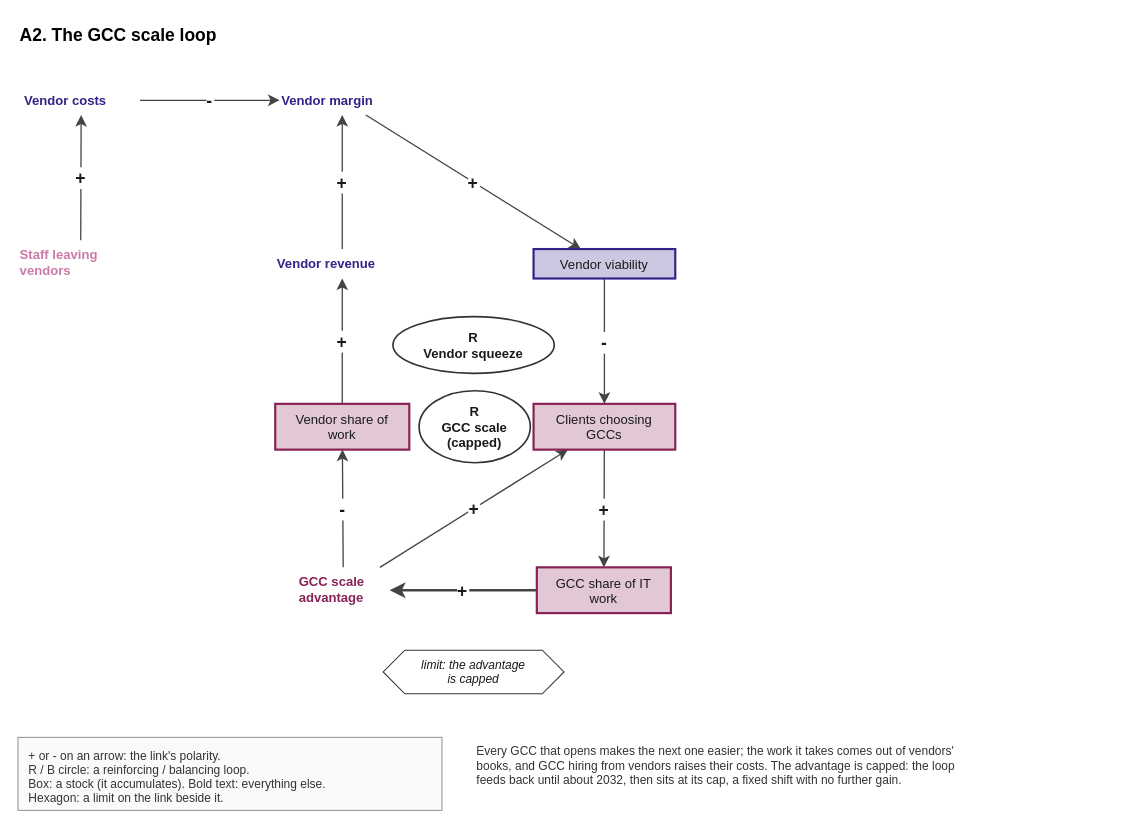
This is docs/model/diagrams/article-a2.drawio from stravoris-tech/ai-it-labour-sim, a draw.io file, before an edit. Source tidied: cells renumbered, new cells numbered last; positions are measured from the earlier drawing's top-left corner, leaving out a move shared by most shapes. Both pictures are drawn from the tidied source at 109%, with x=0, y=0 at pixel (17, 17).
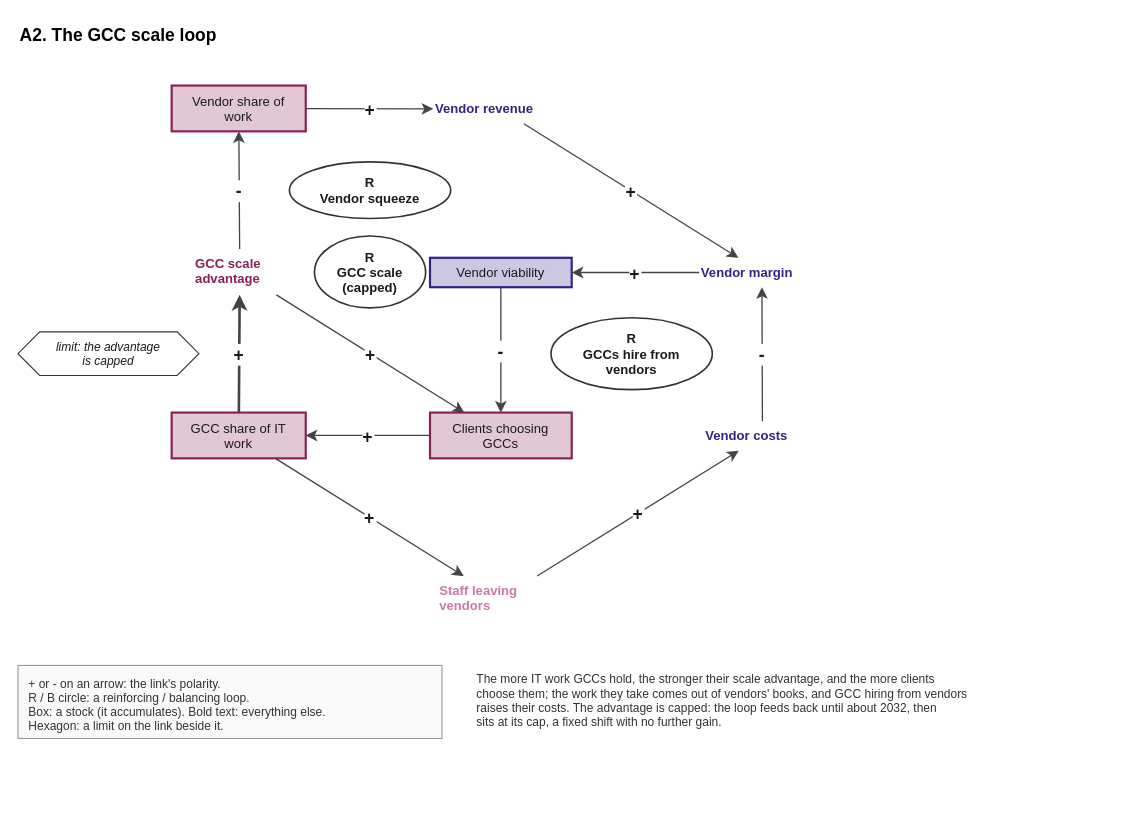
Above is the later version.

What changed in the source:
```diff
@@
+    <mxCell id="27" value="+" style="html=0;endArrow=classic;endSize=7;rounded=0;strokeColor=#444444;strokeWidth=1.2;fontFamily=Helvetica;fontSize=16;fontStyle=1;fontColor=#1A1A1A;labelBackgroundColor=#FFFFFF;" parent="1" edge="1" source="15" target="16">
+      <mxGeometry relative="1" as="geometry" />
+    </mxCell>
@@
     <mxCell id="12" value="Clients choosing&#10;GCCs" style="html=0;fontFamily=Helvetica;fontSize=12;rounded=0;fillColor=#E1C8D4;strokeColor=#882255;strokeWidth=2;fontColor=#1A1A1A;" parent="1" vertex="1">
-      <mxGeometry x="473" y="354" width="130" height="42" as="geometry" />
+      <mxGeometry x="378" y="362" width="130" height="42" as="geometry" />
     </mxCell>
     <mxCell id="13" value="Vendor costs" style="html=0;fontFamily=Helvetica;fontSize=12;text;strokeColor=none;fillColor=none;fontStyle=1;fontColor=#332288;" parent="1" vertex="1">
-      <mxGeometry x="4" y="62" width="108" height="27" as="geometry" />
+      <mxGeometry x="629" y="370" width="108" height="27" as="geometry" />
     </mxCell>
     <mxCell id="14" value="GCC scale&#10;advantage" style="html=0;fontFamily=Helvetica;fontSize=12;text;strokeColor=none;fillColor=none;fontStyle=1;fontColor=#882255;" parent="1" vertex="1">
-      <mxGeometry x="256" y="504" width="85" height="42" as="geometry" />
+      <mxGeometry x="161" y="212" width="85" height="42" as="geometry" />
     </mxCell>
     <mxCell id="15" value="GCC share of IT&#10;work" style="html=0;fontFamily=Helvetica;fontSize=12;rounded=0;fillColor=#E1C8D4;strokeColor=#882255;strokeWidth=2;fontColor=#1A1A1A;" parent="1" vertex="1">
-      <mxGeometry x="476" y="504" width="123" height="42" as="geometry" />
+      <mxGeometry x="141" y="362" width="123" height="42" as="geometry" />
     </mxCell>
     <mxCell id="16" value="Staff leaving&#10;vendors" style="html=0;fontFamily=Helvetica;fontSize=12;text;strokeColor=none;fillColor=none;fontStyle=1;fontColor=#CC79A7;" parent="1" vertex="1">
-      <mxGeometry y="204" width="115" height="42" as="geometry" />
+      <mxGeometry x="385" y="512" width="115" height="42" as="geometry" />
     </mxCell>
     <mxCell id="17" value="Vendor margin" style="html=0;fontFamily=Helvetica;fontSize=12;text;strokeColor=none;fillColor=none;fontStyle=1;fontColor=#332288;" parent="1" vertex="1">
-      <mxGeometry x="240" y="62" width="115" height="27" as="geometry" />
+      <mxGeometry x="625" y="220" width="115" height="27" as="geometry" />
     </mxCell>
     <mxCell id="18" value="Vendor revenue" style="html=0;fontFamily=Helvetica;fontSize=12;text;strokeColor=none;fillColor=none;fontStyle=1;fontColor=#332288;" parent="1" vertex="1">
-      <mxGeometry x="236" y="212" width="123" height="27" as="geometry" />
+      <mxGeometry x="381" y="70" width="123" height="27" as="geometry" />
     </mxCell>
     <mxCell id="19" value="Vendor share of&#10;work" style="html=0;fontFamily=Helvetica;fontSize=12;rounded=0;fillColor=#E1C8D4;strokeColor=#882255;strokeWidth=2;fontColor=#1A1A1A;" parent="1" vertex="1">
-      <mxGeometry x="236" y="354" width="123" height="42" as="geometry" />
+      <mxGeometry x="141" y="62" width="123" height="42" as="geometry" />
     </mxCell>
     <mxCell id="20" value="Vendor viability" style="html=0;fontFamily=Helvetica;fontSize=12;rounded=0;fillColor=#CCC8E1;strokeColor=#332288;strokeWidth=2;fontColor=#1A1A1A;" parent="1" vertex="1">
-      <mxGeometry x="473" y="212" width="130" height="27" as="geometry" />
+      <mxGeometry x="378" y="220" width="130" height="27" as="geometry" />
     </mxCell>
     <mxCell id="21" value="limit: the advantage&#10;is capped" style="html=0;fontFamily=Helvetica;fontSize=12;shape=hexagon;perimeter=hexagonPerimeter2;size=0.12;fillColor=#FFFFFF;strokeColor=#333333;fontSize=11;fontStyle=2;fontColor=#1A1A1A;" parent="1" vertex="1">
-      <mxGeometry x="335" y="580" width="166" height="40" as="geometry" />
+      <mxGeometry y="288" width="166" height="40" as="geometry" />
     </mxCell>
     <mxCell id="22" value="R&#10;GCC scale&#10;(capped)" style="html=0;fontFamily=Helvetica;fontSize=12;ellipse;fillColor=#FFFFFF;strokeColor=#333333;strokeWidth=1.5;fontStyle=1;fontColor=#1A1A1A;" parent="1" vertex="1">
-      <mxGeometry x="368" y="342" width="102" height="66" as="geometry" />
+      <mxGeometry x="272" y="200" width="102" height="66" as="geometry" />
     </mxCell>
+    <mxCell id="28" value="R&#10;GCCs hire from&#10;vendors" style="html=0;fontFamily=Helvetica;fontSize=12;ellipse;fillColor=#FFFFFF;strokeColor=#333333;strokeWidth=1.5;fontStyle=1;fontColor=#1A1A1A;" parent="1" vertex="1">
+      <mxGeometry x="489" y="275" width="148" height="66" as="geometry" />
+    </mxCell>
     <mxCell id="23" value="R&#10;Vendor squeeze" style="html=0;fontFamily=Helvetica;fontSize=12;ellipse;fillColor=#FFFFFF;strokeColor=#333333;strokeWidth=1.5;fontStyle=1;fontColor=#1A1A1A;" parent="1" vertex="1">
-      <mxGeometry x="344" y="274" width="148" height="52" as="geometry" />
+      <mxGeometry x="249" y="132" width="148" height="52" as="geometry" />
     </mxCell>
@@
     <mxCell id="25" value="+ or - on an arrow: the link's polarity.&#10;R / B circle: a reinforcing / balancing loop.&#10;Box: a stock (it accumulates). Bold text: everything else.&#10;Hexagon: a limit on the link beside it." style="html=0;fontFamily=Helvetica;fontSize=12;text;align=left;verticalAlign=top;spacingLeft=8;spacingTop=4;fontSize=11;strokeColor=#999999;fillColor=#FAFAFA;fontColor=#333333;" parent="1" vertex="1">
-      <mxGeometry y="660" width="389" height="67" as="geometry" />
+      <mxGeometry y="594" width="389" height="67" as="geometry" />
     </mxCell>
-    <mxCell id="26" value="Every GCC that opens makes the next one easier; the work it takes comes out of vendors'&#10;books, and GCC hiring from vendors raises their costs. The advantage is capped: the loop&#10;feeds back until about 2032, then sits at its cap, a fixed shift with no further gain." style="html=0;fontFamily=Helvetica;fontSize=12;text;align=left;verticalAlign=top;fontSize=11;strokeColor=none;fillColor=none;fontColor=#333333;" parent="1" vertex="1">
-      <mxGeometry x="419" y="660" width="580" height="54" as="geometry" />
+    <mxCell id="26" value="The more IT work GCCs hold, the stronger their scale advantage, and the more clients&#10;choose them; the work they take comes out of vendors' books, and GCC hiring from vendors&#10;raises their costs. The advantage is capped: the loop feeds back until about 2032, then&#10;sits at its cap, a fixed shift with no further gain." style="html=0;fontFamily=Helvetica;fontSize=12;text;align=left;verticalAlign=top;fontSize=11;strokeColor=none;fillColor=none;fontColor=#333333;" parent="1" vertex="1">
+      <mxGeometry x="419" y="594" width="580" height="67" as="geometry" />
     </mxCell>
```
